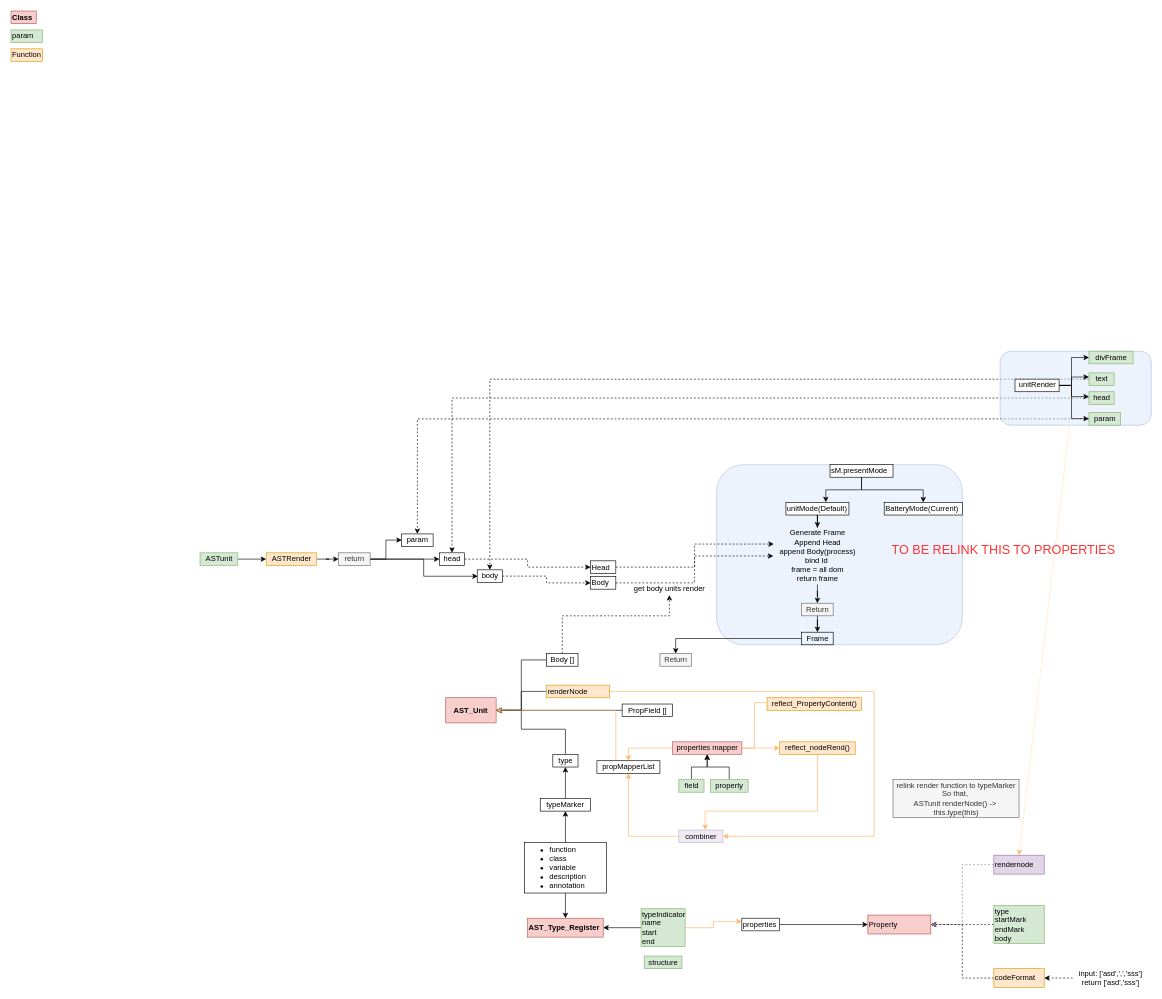
GitSamson/Scode keeps this draw.io diagram as Scode.drawio. Above is the earlier version. Source tidied: cells renumbered, new cells numbered last; positions are measured from the earlier drawing's top-left corner, leaving out a move shared by most shapes. Both pictures are drawn from the tidied source at 63%, with x=0, y=0 at pixel (11, 11).
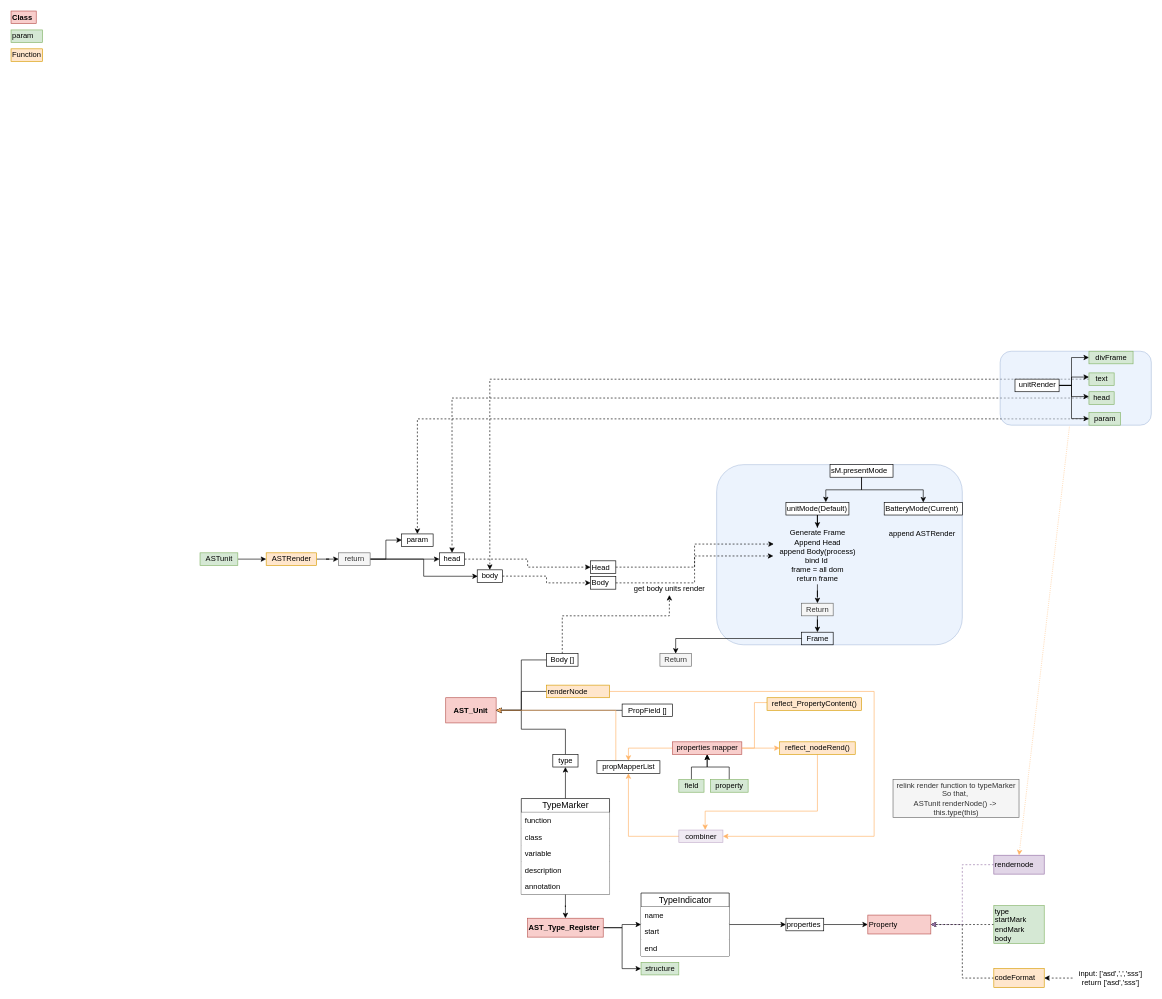
The same page after the edit.

Unchanged cells that the change refers to:
```xml
<mxCell id="7" value="&lt;span&gt;AST_Type_Register&lt;/span&gt;" style="rounded=0;whiteSpace=wrap;html=1;align=left;spacing=2;verticalAlign=middle;fillColor=#f8cecc;strokeColor=#b85450;fontStyle=1;" parent="1" vertex="1">
  <mxGeometry x="820" y="1440" width="120" height="30" as="geometry" />
</mxCell>
<mxCell id="55" style="group;rounded=1;shadow=0;strokeColor=#6c8ebf;fillColor=#dae8fc;glass=0;opacity=50;spacing=10;spacingTop=10;spacingLeft=10;" parent="1" vertex="1">
  <mxGeometry x="1120" y="720" width="390" height="286" as="geometry" />
</mxCell>
<mxCell id="78" value="type" style="text;html=1;align=center;verticalAlign=middle;points=[];fillColor=#ffffff;strokeColor=#000000;" parent="1" vertex="1">
  <mxGeometry x="860" y="1180" width="40" height="20" as="geometry" />
</mxCell>
```

Change to the diagram source:
```diff
@@
-    <mxCell id="2" style="edgeStyle=orthogonalEdgeStyle;rounded=0;jettySize=auto;html=1;" parent="1" edge="1" source="3" target="78">
-      <mxGeometry relative="1" as="geometry" />
-    </mxCell>
-    <mxCell id="3" value="typeMarker" style="rounded=0;whiteSpace=wrap;html=1;" parent="1" vertex="1">
-      <mxGeometry x="840" y="1250" width="80" height="20" as="geometry" />
-    </mxCell>
-    <mxCell id="4" style="edgeStyle=orthogonalEdgeStyle;rounded=0;jettySize=auto;html=1;entryX=0.5;entryY=1;entryDx=0;entryDy=0;strokeColor=#000000;" parent="1" edge="1" source="6" target="3">
-      <mxGeometry relative="1" as="geometry" />
-    </mxCell>
-    <mxCell id="5" style="edgeStyle=orthogonalEdgeStyle;rounded=0;jettySize=auto;html=1;" parent="1" edge="1" source="6" target="7">
-      <mxGeometry relative="1" as="geometry" />
-    </mxCell>
-    <mxCell id="6" value="&lt;div&gt;&lt;ul&gt;&lt;li&gt;&lt;span&gt;function&lt;/span&gt;&lt;/li&gt;&lt;li&gt;&lt;span&gt;class&lt;/span&gt;&lt;/li&gt;&lt;li&gt;&lt;span&gt;variable&lt;br&gt;&lt;/span&gt;&lt;/li&gt;&lt;li&gt;&lt;span&gt;description&lt;/span&gt;&lt;/li&gt;&lt;li&gt;&lt;span&gt;annotation&lt;/span&gt;&lt;/li&gt;&lt;/ul&gt;&lt;/div&gt;" style="rounded=0;whiteSpace=wrap;html=1;align=left;spacing=0;verticalAlign=middle;" parent="1" vertex="1">
-      <mxGeometry x="815" y="1320" width="130" height="80" as="geometry" />
-    </mxCell>
+    <mxCell id="100" style="edgeStyle=orthogonalEdgeStyle;rounded=0;jettySize=auto;html=1;" parent="1" edge="1" source="7" target="112">
+      <mxGeometry relative="1" as="geometry" />
+    </mxCell>
+    <mxCell id="101" style="edgeStyle=orthogonalEdgeStyle;rounded=0;jettySize=auto;html=1;" parent="1" edge="1" source="7" target="85">
+      <mxGeometry relative="1" as="geometry">
+        <Array as="points">
+          <mxPoint x="970" y="1455" />
+          <mxPoint x="970" y="1520" />
+        </Array>
+      </mxGeometry>
+    </mxCell>
@@
-    <mxCell id="8" style="edgeStyle=orthogonalEdgeStyle;rounded=0;jettySize=auto;html=1;entryX=1;entryY=0.5;entryDx=0;entryDy=0;" parent="1" edge="1" source="10" target="7">
-      <mxGeometry relative="1" as="geometry" />
-    </mxCell>
-    <mxCell id="9" style="edgeStyle=orthogonalEdgeStyle;rounded=0;jettySize=auto;html=1;entryX=0;entryY=0.25;entryDx=0;entryDy=0;strokeColor=#FFB366;" parent="1" edge="1" source="10" target="12">
-      <mxGeometry relative="1" as="geometry" />
-    </mxCell>
-    <mxCell id="10" value="&lt;span&gt;typeIndicator&lt;br&gt;name&lt;br&gt;start&lt;br&gt;end&lt;br&gt;&lt;/span&gt;" style="rounded=0;whiteSpace=wrap;html=1;align=left;spacing=2;verticalAlign=middle;fillColor=#d5e8d4;strokeColor=#82b366;" parent="1" vertex="1">
-      <mxGeometry x="1000" y="1425" width="70" height="60" as="geometry" />
-    </mxCell>
@@
     <mxCell id="12" value="&lt;span&gt;properties&lt;br&gt;&lt;/span&gt;" style="rounded=0;whiteSpace=wrap;html=1;align=left;spacing=2;verticalAlign=middle;" parent="1" vertex="1">
-      <mxGeometry x="1160" y="1440" width="60" height="20" as="geometry" />
+      <mxGeometry x="1230" y="1440" width="60" height="20" as="geometry" />
     </mxCell>
@@
+    <mxCell id="102" value="append ASTRender" style="text;html=1;align=center;verticalAlign=middle;" parent="55" vertex="1">
+      <mxGeometry x="266" y="100" width="120" height="20" as="geometry" />
+    </mxCell>
@@
     <mxCell id="85" value="structure" style="text;html=1;align=center;verticalAlign=middle;points=[];fillColor=#d5e8d4;strokeColor=#82b366;" parent="1" vertex="1">
-      <mxGeometry x="1005" y="1500" width="60" height="20" as="geometry" />
+      <mxGeometry x="1000" y="1510" width="60" height="20" as="geometry" />
     </mxCell>
@@
-    <mxCell id="99" value="TO BE RELINK THIS TO PROPERTIES" style="text;html=1;align=center;verticalAlign=middle;fontSize=20;fontColor=#FF3333;" parent="1" vertex="1">
-      <mxGeometry x="1390" y="840" width="370" height="30" as="geometry" />
-    </mxCell>
+    <mxCell id="103" style="edgeStyle=orthogonalEdgeStyle;rounded=0;jettySize=auto;html=1;" parent="1" edge="1" source="105" target="78">
+      <mxGeometry relative="1" as="geometry" />
+    </mxCell>
+    <mxCell id="104" style="edgeStyle=orthogonalEdgeStyle;rounded=0;jettySize=auto;html=1;" parent="1" edge="1" source="105" target="7">
+      <mxGeometry relative="1" as="geometry" />
+    </mxCell>
+    <mxCell id="105" value="TypeMarker" style="swimlane;fontStyle=0;horizontal=1;startSize=22;align=center;fontSize=14;rounded=0;html=1;fillColor=#ffffff;" parent="1" vertex="1">
+      <mxGeometry x="810" y="1250" width="140" height="152" as="geometry" />
+    </mxCell>
+    <mxCell id="106" value="function" style="text;strokeColor=none;fillColor=#ffffff;spacingLeft=4;spacingRight=4;overflow=hidden;fontSize=12;" parent="105" vertex="1">
+      <mxGeometry y="22" width="140" height="26" as="geometry" />
+    </mxCell>
+    <mxCell id="107" value="class" style="text;strokeColor=none;fillColor=#ffffff;spacingLeft=4;spacingRight=4;overflow=hidden;fontSize=12;" parent="105" vertex="1">
+      <mxGeometry y="48" width="140" height="26" as="geometry" />
+    </mxCell>
+    <mxCell id="108" value="variable" style="text;strokeColor=none;fillColor=#ffffff;spacingLeft=4;spacingRight=4;overflow=hidden;fontSize=12;" parent="105" vertex="1">
+      <mxGeometry y="74" width="140" height="26" as="geometry" />
+    </mxCell>
+    <mxCell id="109" value="description" style="text;strokeColor=none;fillColor=#ffffff;spacingLeft=4;spacingRight=4;overflow=hidden;fontSize=12;" parent="105" vertex="1">
+      <mxGeometry y="100" width="140" height="26" as="geometry" />
+    </mxCell>
+    <mxCell id="110" value="annotation" style="text;strokeColor=none;fillColor=#ffffff;spacingLeft=4;spacingRight=4;overflow=hidden;fontSize=12;" parent="105" vertex="1">
+      <mxGeometry y="126" width="140" height="26" as="geometry" />
+    </mxCell>
+    <mxCell id="111" style="edgeStyle=orthogonalEdgeStyle;rounded=0;jettySize=auto;html=1;" parent="1" edge="1" source="112" target="12">
+      <mxGeometry relative="1" as="geometry" />
+    </mxCell>
+    <mxCell id="112" value="TypeIndicator" style="swimlane;fontStyle=0;horizontal=1;startSize=22;align=center;fontSize=14;rounded=0;html=1;fillColor=#ffffff;" parent="1" vertex="1">
+      <mxGeometry x="1000" y="1400" width="140" height="100" as="geometry" />
+    </mxCell>
+    <mxCell id="113" value="name" style="text;strokeColor=none;fillColor=#ffffff;spacingLeft=4;spacingRight=4;overflow=hidden;fontSize=12;" parent="112" vertex="1">
+      <mxGeometry y="22" width="140" height="26" as="geometry" />
+    </mxCell>
+    <mxCell id="114" value="start" style="text;strokeColor=none;fillColor=#ffffff;spacingLeft=4;spacingRight=4;overflow=hidden;fontSize=12;" parent="112" vertex="1">
+      <mxGeometry y="48" width="140" height="26" as="geometry" />
+    </mxCell>
+    <mxCell id="115" value="end" style="text;strokeColor=none;fillColor=#ffffff;spacingLeft=4;spacingRight=4;overflow=hidden;fontSize=12;" parent="112" vertex="1">
+      <mxGeometry y="74" width="140" height="26" as="geometry" />
+    </mxCell>
```
